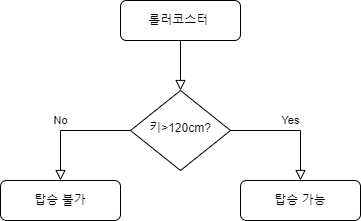
Earlier version of the draw.io export condition1.drawio.png (ehdcjf/py-lecture). Source tidied: cells renumbered, new cells last; positions are measured from the earlier drawing's top-left corner, leaving out a move shared by most shapes.
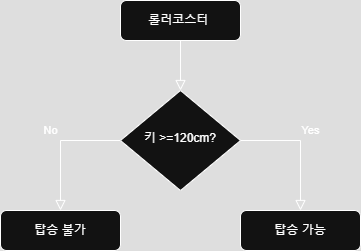
After the commit.

Commit message:
condition1.drawio.png이 추가되었습니다.

Diff of the diagram source:
```diff
@@ -9,21 +9,23 @@
       <mxGeometry x="120" width="120" height="40" as="geometry" />
     </mxCell>
     <mxCell id="4" value="No" style="edgeStyle=orthogonalEdgeStyle;rounded=0;html=1;jettySize=auto;fontSize=11;endArrow=block;endFill=0;endSize=8;strokeWidth=1;shadow=0;labelBackgroundColor=none;exitX=0;exitY=0.5;exitDx=0;exitDy=0;" parent="1" edge="1" source="5" target="6">
-      <mxGeometry x="0.17" y="-10" relative="1" as="geometry">
-        <mxPoint x="10" y="-10" as="offset" />
+      <mxGeometry x="-0.08" y="-14" relative="1" as="geometry">
+        <mxPoint x="4" y="-10" as="offset" />
       </mxGeometry>
     </mxCell>
-    <mxCell id="5" value="키&amp;gt;120cm?" style="rhombus;whiteSpace=wrap;html=1;shadow=0;fontFamily=Helvetica;fontSize=12;align=center;strokeWidth=1;spacing=6;spacingTop=-4;" parent="1" vertex="1">
-      <mxGeometry x="130" y="90" width="100" height="80" as="geometry" />
+    <mxCell id="5" value="키 &amp;gt;=120cm?" style="rhombus;whiteSpace=wrap;html=1;shadow=0;fontFamily=Helvetica;fontSize=12;align=center;strokeWidth=1;spacing=6;spacingTop=-4;" parent="1" vertex="1">
+      <mxGeometry x="120" y="90" width="120" height="100" as="geometry" />
     </mxCell>
     <mxCell id="6" value="탑승 불가" style="rounded=1;whiteSpace=wrap;html=1;fontSize=12;glass=0;strokeWidth=1;shadow=0;" parent="1" vertex="1">
-      <mxGeometry y="180" width="120" height="40" as="geometry" />
+      <mxGeometry y="210" width="120" height="40" as="geometry" />
     </mxCell>
     <mxCell id="7" value="Yes" style="edgeStyle=orthogonalEdgeStyle;rounded=0;html=1;jettySize=auto;fontSize=11;endArrow=block;endFill=0;endSize=8;strokeWidth=1;shadow=0;labelBackgroundColor=none;exitX=1;exitY=0.5;exitDx=0;exitDy=0;" parent="1" edge="1" source="5" target="8">
-      <mxGeometry y="10" relative="1" as="geometry" />
+      <mxGeometry x="-0.08" y="14" relative="1" as="geometry">
+        <mxPoint x="-4" y="-10" as="offset" />
+      </mxGeometry>
     </mxCell>
     <mxCell id="8" value="탑승 가능" style="rounded=1;whiteSpace=wrap;html=1;fontSize=12;glass=0;strokeWidth=1;shadow=0;" parent="1" vertex="1">
-      <mxGeometry x="240" y="180" width="120" height="40" as="geometry" />
+      <mxGeometry x="240" y="210" width="120" height="40" as="geometry" />
     </mxCell>
   </root>
 </mxGraphModel>
```
